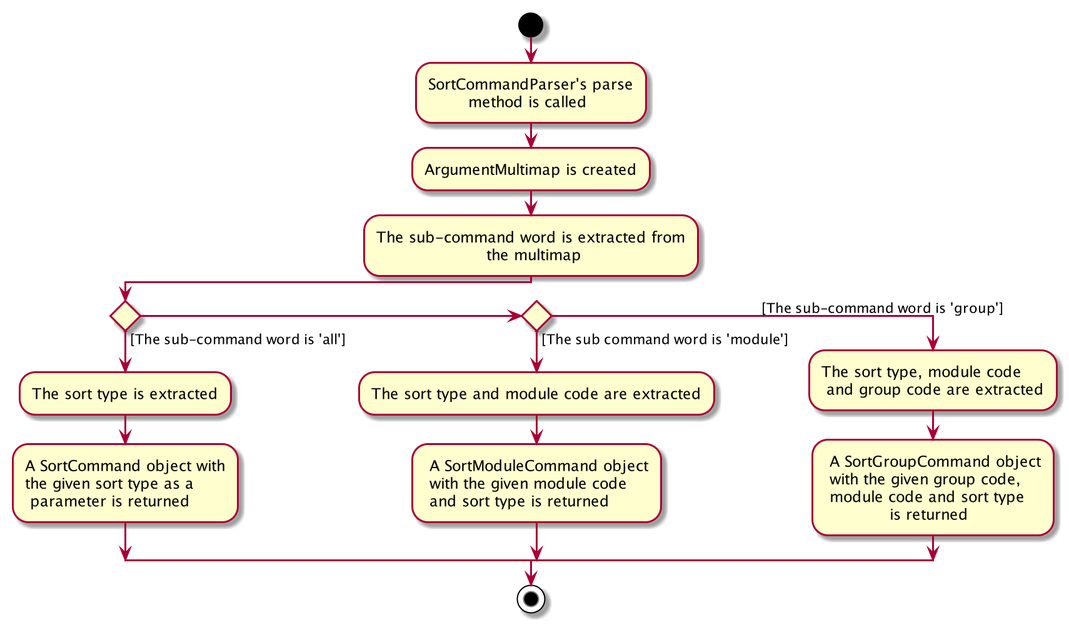
Earlier version of the PlantUML export images/SortParserActivityDiagram.png (aakanksha-rai/main). Its diagram source:
```plantuml
@startuml
start
:SortCommandParser's parse
        method is called;

:ArgumentMultimap is created;

:The sub-command word is extracted from
                      the multimap;

if() then ([The sub-command word is 'all'])
    :The sort type is extracted;
    :A SortCommand object with
    the given sort type as a
     parameter is returned;

else if() then ([The sub command word is 'module'])
    :The sort type and module code are extracted;
    : A SortModuleCommand object
     with the given module code
     and sort type is returned;

else (\t\t\t\t\t\t\t[The sub-command word is 'group'])
    :The sort type, module code
     and group code are extracted;
    : A SortGroupCommand object
     with the given group code,
     module code and sort type
                 is returned;


endif

stop
@enduml
```
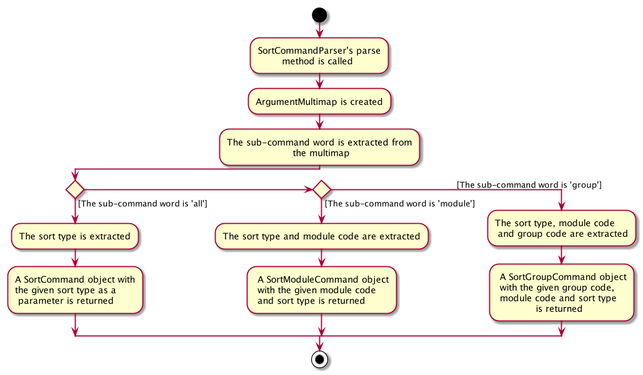
Above is the later version.

Change to the diagram source:
```diff
@@ -14,7 +14,7 @@
     the given sort type as a
      parameter is returned;
 
-else if() then ([The sub command word is 'module'])
+else if() then ([The sub-command word is 'module'])
     :The sort type and module code are extracted;
     : A SortModuleCommand object
      with the given module code
```
